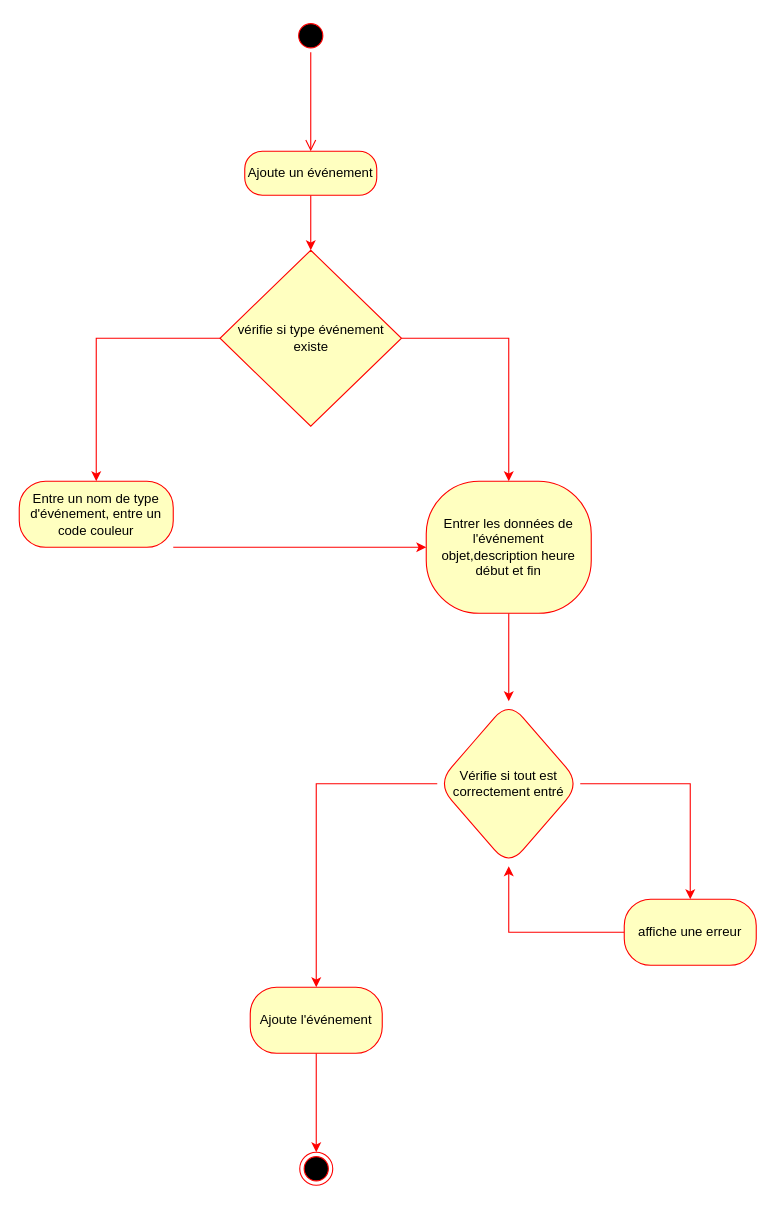
This is UML/diagramme_activite.drawio from Lefhar/CalendrierPoo, a draw.io file, before an edit. Source tidied: cells renumbered, new cells numbered last; positions are measured from the earlier drawing's top-left corner, leaving out a move shared by most shapes. Both pictures are drawn from the tidied source at 110%, with x=0, y=0 at pixel (19, 19).
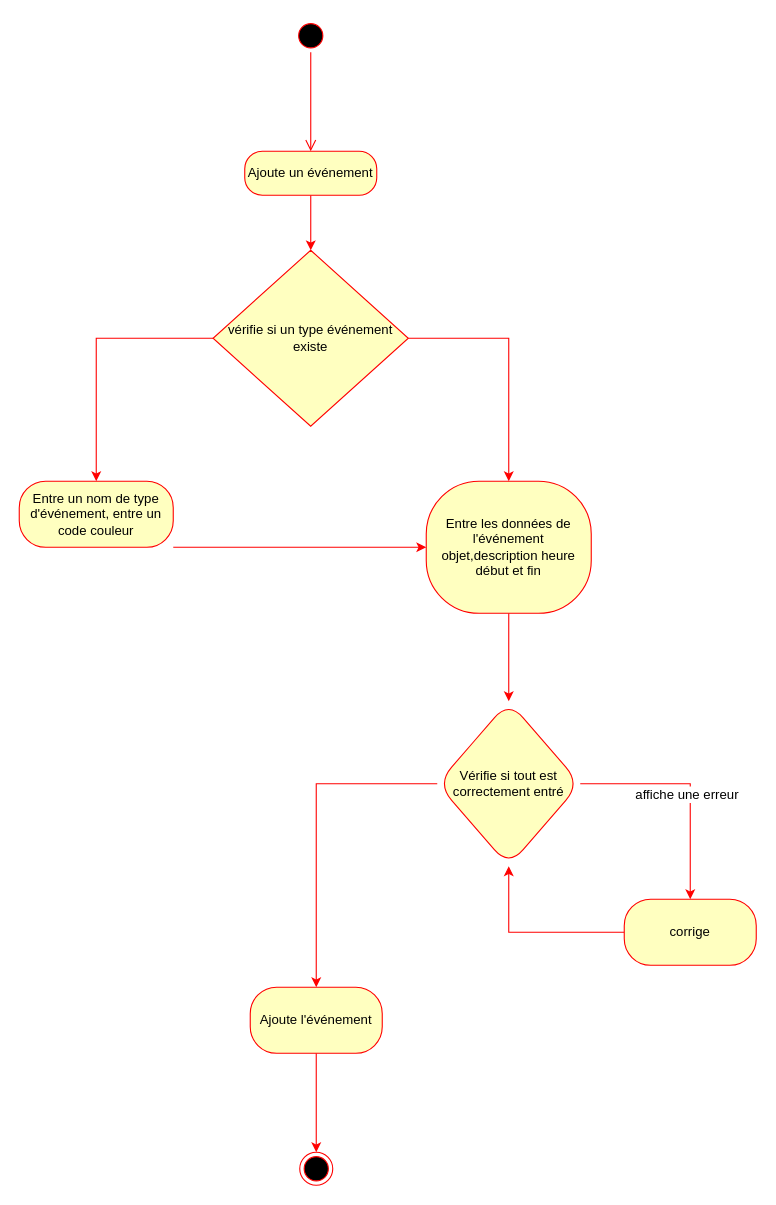
Above is the later version.

Commit message:
mise à jour calendrier poo

Unchanged cells that the change refers to:
```xml
<mxCell id="14" style="edgeStyle=orthogonalEdgeStyle;rounded=0;jettySize=auto;html=1;fontColor=#000000;strokeColor=#FF0000;" parent="1" edge="1" source="15" target="19">
  <mxGeometry relative="1" as="geometry" />
</mxCell>
```

The edit, as a diff of the source:
```diff
@@
-    <mxCell id="7" value="Entrer les données de l'événement objet,description heure début et fin" style="rounded=1;whiteSpace=wrap;html=1;arcSize=40;fontColor=#000000;fillColor=#ffffc0;strokeColor=#ff0000;" parent="1" vertex="1">
+    <mxCell id="7" value="Entre les données de l'événement objet,description heure début et fin" style="rounded=1;whiteSpace=wrap;html=1;arcSize=40;fontColor=#000000;fillColor=#ffffc0;strokeColor=#ff0000;" parent="1" vertex="1">
       <mxGeometry x="370" y="420" width="150" height="120" as="geometry" />
     </mxCell>
@@
-    <mxCell id="10" value="&lt;font color=&quot;#000000&quot;&gt;vérifie si type événement existe&lt;/font&gt;" style="rhombus;whiteSpace=wrap;html=1;fillColor=#ffffc0;strokeColor=#ff0000;" parent="1" vertex="1">
-      <mxGeometry x="182.5" y="210" width="165" height="160" as="geometry" />
+    <mxCell id="10" value="&lt;font color=&quot;#000000&quot;&gt;vérifie si un type événement existe&lt;/font&gt;" style="rhombus;whiteSpace=wrap;html=1;fillColor=#ffffc0;strokeColor=#ff0000;" parent="1" vertex="1">
+      <mxGeometry x="176.2" y="210" width="177.5" height="160" as="geometry" />
     </mxCell>
@@
+    <mxCell id="21" value="&lt;span style=&quot;color: rgb(0 , 0 , 0) ; font-size: 12px&quot;&gt;affiche une erreur&lt;/span&gt;" style="edgeLabel;html=1;align=center;verticalAlign=middle;" parent="14" vertex="1">
+      <mxGeometry x="0.06" y="-4" relative="1" as="geometry" />
+    </mxCell>
@@
-    <mxCell id="19" value="affiche une erreur" style="whiteSpace=wrap;html=1;rounded=1;fontColor=#000000;strokeColor=#ff0000;fillColor=#ffffc0;arcSize=40;" parent="1" vertex="1">
+    <mxCell id="19" value="corrige" style="whiteSpace=wrap;html=1;rounded=1;fontColor=#000000;strokeColor=#ff0000;fillColor=#ffffc0;arcSize=40;" parent="1" vertex="1">
       <mxGeometry x="550" y="800" width="120" height="60" as="geometry" />
     </mxCell>
```
